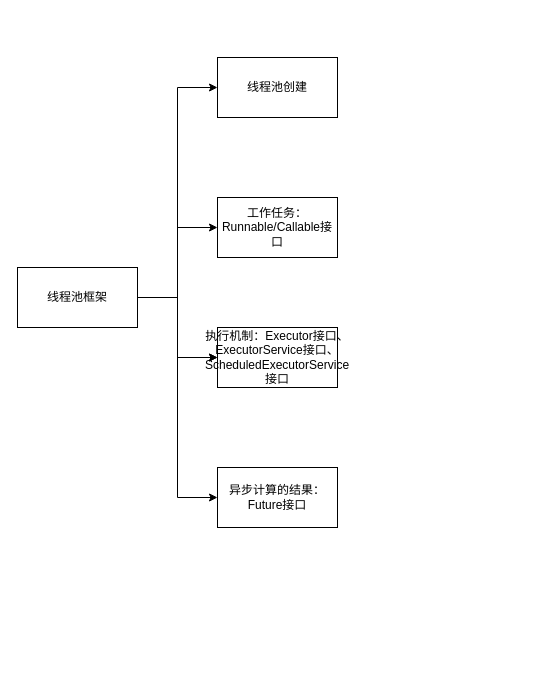
This is images/draw/Executor.drawio from wt1814/wt1814.github.io, a draw.io file, before an edit. Source tidied: cells renumbered, new cells numbered last; positions are measured from the earlier drawing's top-left corner, leaving out a move shared by most shapes. Both pictures are drawn from the tidied source at 100%, with x=0, y=0 at pixel (17, 57).
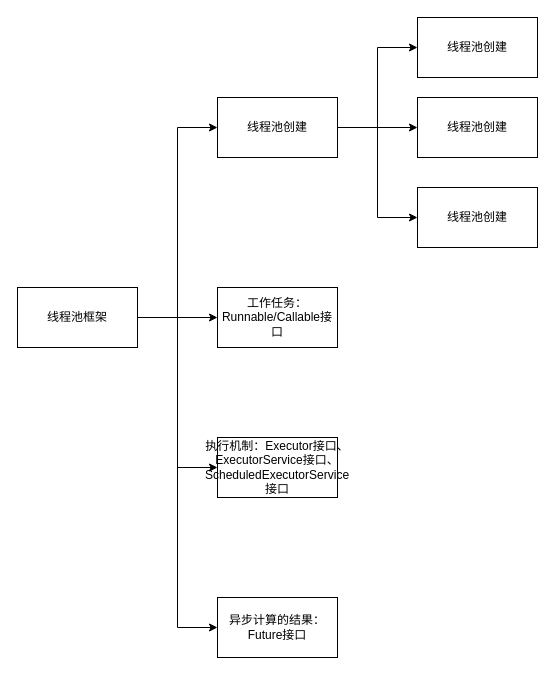
The same page after the edit.

Diff of the diagram source:
```diff
@@
 <mxGraphModel>
   <root>
     <mxCell id="0" />
     <mxCell id="1" parent="0" />
     <mxCell id="2" style="edgeStyle=orthogonalEdgeStyle;rounded=0;jettySize=auto;html=1;entryX=0;entryY=0.5;entryDx=0;entryDy=0;" parent="1" edge="1" source="7" target="8">
       <mxGeometry relative="1" as="geometry" />
     </mxCell>
     <mxCell id="3" style="edgeStyle=orthogonalEdgeStyle;rounded=0;jettySize=auto;html=1;entryX=0;entryY=0.5;entryDx=0;entryDy=0;" parent="1" edge="1" source="7" target="9">
       <mxGeometry relative="1" as="geometry" />
     </mxCell>
     <mxCell id="4" style="edgeStyle=orthogonalEdgeStyle;rounded=0;jettySize=auto;html=1;entryX=0;entryY=0.5;entryDx=0;entryDy=0;" parent="1" edge="1" source="7" target="10">
       <mxGeometry relative="1" as="geometry" />
     </mxCell>
-    <mxCell id="5" style="edgeStyle=orthogonalEdgeStyle;rounded=0;jettySize=auto;html=1;" parent="1" edge="1" source="7" target="9">
-      <mxGeometry relative="1" as="geometry" />
-    </mxCell>
     <mxCell id="6" style="edgeStyle=orthogonalEdgeStyle;rounded=0;jettySize=auto;html=1;entryX=0;entryY=0.5;entryDx=0;entryDy=0;" parent="1" edge="1" source="7" target="11">
       <mxGeometry relative="1" as="geometry" />
     </mxCell>
     <mxCell id="7" value="线程池框架" style="rounded=0;whiteSpace=wrap;html=1;" parent="1" vertex="1">
-      <mxGeometry y="210" width="120" height="60" as="geometry" />
+      <mxGeometry y="230" width="120" height="60" as="geometry" />
     </mxCell>
     <mxCell id="8" value="工作任务：Runnable/Callable接口" style="rounded=0;whiteSpace=wrap;html=1;" parent="1" vertex="1">
-      <mxGeometry x="200" y="140" width="120" height="60" as="geometry" />
+      <mxGeometry x="200" y="230" width="120" height="60" as="geometry" />
     </mxCell>
     <mxCell id="9" value="执行机制：Executor接口、ExecutorService接口、ScheduledExecutorService接口" style="rounded=0;whiteSpace=wrap;html=1;" parent="1" vertex="1">
-      <mxGeometry x="200" y="270" width="120" height="60" as="geometry" />
+      <mxGeometry x="200" y="380" width="120" height="60" as="geometry" />
     </mxCell>
     <mxCell id="10" value="异步计算的结果：Future接口" style="rounded=0;whiteSpace=wrap;html=1;" parent="1" vertex="1">
-      <mxGeometry x="200" y="410" width="120" height="60" as="geometry" />
+      <mxGeometry x="200" y="540" width="120" height="60" as="geometry" />
     </mxCell>
+    <mxCell id="12" style="edgeStyle=orthogonalEdgeStyle;rounded=0;jettySize=auto;html=1;" parent="1" edge="1" source="11" target="15">
+      <mxGeometry relative="1" as="geometry" />
+    </mxCell>
+    <mxCell id="13" style="edgeStyle=orthogonalEdgeStyle;rounded=0;jettySize=auto;html=1;entryX=0;entryY=0.5;entryDx=0;entryDy=0;" parent="1" edge="1" source="11" target="17">
+      <mxGeometry relative="1" as="geometry" />
+    </mxCell>
+    <mxCell id="14" style="edgeStyle=orthogonalEdgeStyle;rounded=0;jettySize=auto;html=1;entryX=0;entryY=0.5;entryDx=0;entryDy=0;" parent="1" edge="1" source="11" target="16">
+      <mxGeometry relative="1" as="geometry" />
+    </mxCell>
     <mxCell id="11" value="线程池创建" style="rounded=0;whiteSpace=wrap;html=1;" parent="1" vertex="1">
-      <mxGeometry x="200" width="120" height="60" as="geometry" />
+      <mxGeometry x="200" y="40" width="120" height="60" as="geometry" />
     </mxCell>
+    <mxCell id="15" value="线程池创建" style="rounded=0;whiteSpace=wrap;html=1;" parent="1" vertex="1">
+      <mxGeometry x="400" y="40" width="120" height="60" as="geometry" />
+    </mxCell>
+    <mxCell id="16" value="线程池创建" style="rounded=0;whiteSpace=wrap;html=1;" parent="1" vertex="1">
+      <mxGeometry x="400" y="130" width="120" height="60" as="geometry" />
+    </mxCell>
+    <mxCell id="17" value="线程池创建" style="rounded=0;whiteSpace=wrap;html=1;" parent="1" vertex="1">
+      <mxGeometry x="400" y="-40" width="120" height="60" as="geometry" />
+    </mxCell>
   </root>
 </mxGraphModel>
```
